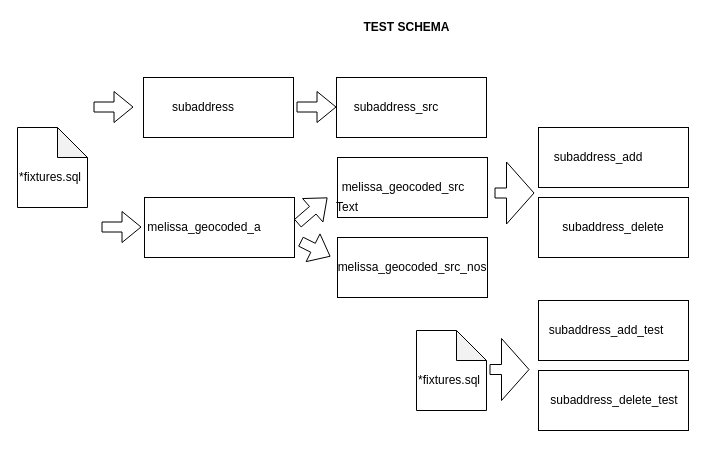
Earlier version of the draw.io diagram doc/test_schema.drawio (mattyschell/cscl-subaddress-matched). Source tidied: cells renumbered, new cells numbered last; positions are measured from the earlier drawing's top-left corner, leaving out a move shared by most shapes. Both pictures are drawn from the tidied source at 100%, with x=0, y=0 at pixel (17, 17).
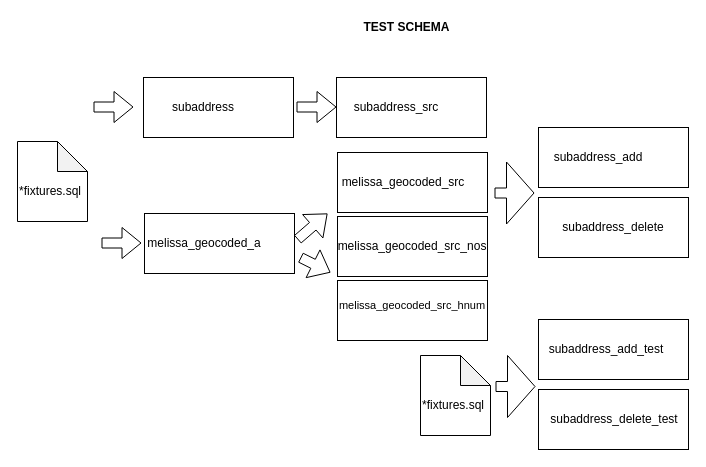
Above is the later version.

Commit message (it also covers changes not shown here):
populate hnum table and update docs

Change to the diagram source:
```diff
@@
     <mxCell id="4" style="rounded=0;whiteSpace=wrap;html=1;" parent="1" vertex="1">
-      <mxGeometry x="320" y="140" width="150" height="60" as="geometry" />
+      <mxGeometry x="320" y="135" width="150" height="60" as="geometry" />
     </mxCell>
     <mxCell id="5" value="melissa_geocoded_src" style="text;html=1;strokeColor=none;fillColor=none;align=center;verticalAlign=middle;whiteSpace=wrap;rounded=0;" parent="1" vertex="1">
-      <mxGeometry x="366" y="160" width="40" height="20" as="geometry" />
+      <mxGeometry x="366" y="155" width="40" height="20" as="geometry" />
     </mxCell>
     <mxCell id="6" style="rounded=0;whiteSpace=wrap;html=1;" parent="1" vertex="1">
-      <mxGeometry x="320" y="220" width="150" height="60" as="geometry" />
+      <mxGeometry x="320" y="199" width="150" height="60" as="geometry" />
     </mxCell>
     <mxCell id="7" value="melissa_geocoded_src_nos" style="text;html=1;strokeColor=none;fillColor=none;align=center;verticalAlign=middle;whiteSpace=wrap;rounded=0;" parent="1" vertex="1">
-      <mxGeometry x="375" y="240" width="40" height="20" as="geometry" />
+      <mxGeometry x="375" y="219" width="40" height="20" as="geometry" />
     </mxCell>
@@
     <mxCell id="15" style="rounded=0;whiteSpace=wrap;html=1;" parent="1" vertex="1">
-      <mxGeometry x="127" y="180" width="150" height="60" as="geometry" />
+      <mxGeometry x="127" y="196" width="150" height="60" as="geometry" />
     </mxCell>
     <mxCell id="16" value="melissa_geocoded_a" style="text;html=1;strokeColor=none;fillColor=none;align=center;verticalAlign=middle;whiteSpace=wrap;rounded=0;" parent="1" vertex="1">
-      <mxGeometry x="167" y="200" width="40" height="20" as="geometry" />
+      <mxGeometry x="167" y="216" width="40" height="20" as="geometry" />
     </mxCell>
     <mxCell id="17" style="shape=flexArrow;endArrow=classic;html=1;" parent="1" edge="1">
       <mxGeometry relative="1" as="geometry">
-        <mxPoint x="280" y="206" as="sourcePoint" />
-        <mxPoint x="310" y="180" as="targetPoint" />
+        <mxPoint x="280" y="222" as="sourcePoint" />
+        <mxPoint x="310" y="196" as="targetPoint" />
       </mxGeometry>
     </mxCell>
@@
     <mxCell id="19" style="shape=flexArrow;endArrow=classic;html=1;" parent="1" edge="1">
       <mxGeometry relative="1" as="geometry">
-        <mxPoint x="84" y="209.5" as="sourcePoint" />
-        <mxPoint x="124" y="209.5" as="targetPoint" />
+        <mxPoint x="84" y="225.5" as="sourcePoint" />
+        <mxPoint x="124" y="225.5" as="targetPoint" />
       </mxGeometry>
     </mxCell>
@@
     <mxCell id="21" style="shape=flexArrow;endArrow=classic;html=1;" parent="1" edge="1">
       <mxGeometry relative="1" as="geometry">
-        <mxPoint x="283" y="224" as="sourcePoint" />
-        <mxPoint x="313" y="239" as="targetPoint" />
+        <mxPoint x="283" y="240" as="sourcePoint" />
+        <mxPoint x="313" y="255" as="targetPoint" />
       </mxGeometry>
     </mxCell>
@@
-    <mxCell id="23" value="Text" style="text;html=1;strokeColor=none;fillColor=none;align=center;verticalAlign=middle;whiteSpace=wrap;rounded=0;" parent="1" vertex="1">
-      <mxGeometry x="310" y="180" width="40" height="20" as="geometry" />
-    </mxCell>
     <mxCell id="24" style="shape=note;whiteSpace=wrap;html=1;backgroundOutline=1;darkOpacity=0.05;" parent="1" vertex="1">
-      <mxGeometry y="110" width="70" height="80" as="geometry" />
+      <mxGeometry y="124" width="70" height="80" as="geometry" />
     </mxCell>
     <mxCell id="25" value="*fixtures.sql" style="text;html=1;strokeColor=none;fillColor=none;align=center;verticalAlign=middle;whiteSpace=wrap;rounded=0;" parent="1" vertex="1">
-      <mxGeometry x="13" y="150" width="40" height="20" as="geometry" />
+      <mxGeometry x="13" y="164" width="40" height="20" as="geometry" />
     </mxCell>
     <mxCell id="26" style="rounded=0;whiteSpace=wrap;html=1;" parent="1" vertex="1">
-      <mxGeometry x="521" y="283" width="150" height="60" as="geometry" />
+      <mxGeometry x="521" y="302" width="150" height="60" as="geometry" />
     </mxCell>
     <mxCell id="27" value="subaddress_add_test" style="text;html=1;strokeColor=none;fillColor=none;align=center;verticalAlign=middle;whiteSpace=wrap;rounded=0;" parent="1" vertex="1">
-      <mxGeometry x="569" y="303" width="40" height="20" as="geometry" />
+      <mxGeometry x="569" y="322" width="40" height="20" as="geometry" />
     </mxCell>
     <mxCell id="28" style="rounded=0;whiteSpace=wrap;html=1;" parent="1" vertex="1">
-      <mxGeometry x="521" y="353" width="150" height="60" as="geometry" />
+      <mxGeometry x="521" y="372" width="150" height="60" as="geometry" />
     </mxCell>
     <mxCell id="29" value="subaddress_delete_test" style="text;html=1;strokeColor=none;fillColor=none;align=center;verticalAlign=middle;whiteSpace=wrap;rounded=0;" parent="1" vertex="1">
-      <mxGeometry x="577" y="373" width="40" height="20" as="geometry" />
+      <mxGeometry x="577" y="392" width="40" height="20" as="geometry" />
     </mxCell>
     <mxCell id="30" style="shape=note;whiteSpace=wrap;html=1;backgroundOutline=1;darkOpacity=0.05;" parent="1" vertex="1">
-      <mxGeometry x="399" y="313" width="70" height="80" as="geometry" />
+      <mxGeometry x="403" y="338" width="70" height="80" as="geometry" />
     </mxCell>
     <mxCell id="31" value="*fixtures.sql" style="text;html=1;strokeColor=none;fillColor=none;align=center;verticalAlign=middle;whiteSpace=wrap;rounded=0;" parent="1" vertex="1">
-      <mxGeometry x="412" y="353" width="40" height="20" as="geometry" />
+      <mxGeometry x="416" y="378" width="40" height="20" as="geometry" />
     </mxCell>
     <mxCell id="32" style="shape=flexArrow;endArrow=classic;html=1;endWidth=51;endSize=8.835;" parent="1" edge="1">
       <mxGeometry relative="1" as="geometry">
-        <mxPoint x="472" y="352" as="sourcePoint" />
-        <mxPoint x="512" y="352" as="targetPoint" />
+        <mxPoint x="478" y="369" as="sourcePoint" />
+        <mxPoint x="518" y="369" as="targetPoint" />
       </mxGeometry>
     </mxCell>
+    <mxCell id="33" style="rounded=0;whiteSpace=wrap;html=1;" parent="1" vertex="1">
+      <mxGeometry x="320" y="263" width="150" height="60" as="geometry" />
+    </mxCell>
+    <mxCell id="34" value="melissa_geocoded_src_hnum" style="text;html=1;strokeColor=none;fillColor=none;align=center;verticalAlign=middle;whiteSpace=wrap;rounded=0;fontSize=11;" parent="1" vertex="1">
+      <mxGeometry x="375" y="278" width="40" height="20" as="geometry" />
+    </mxCell>
```
